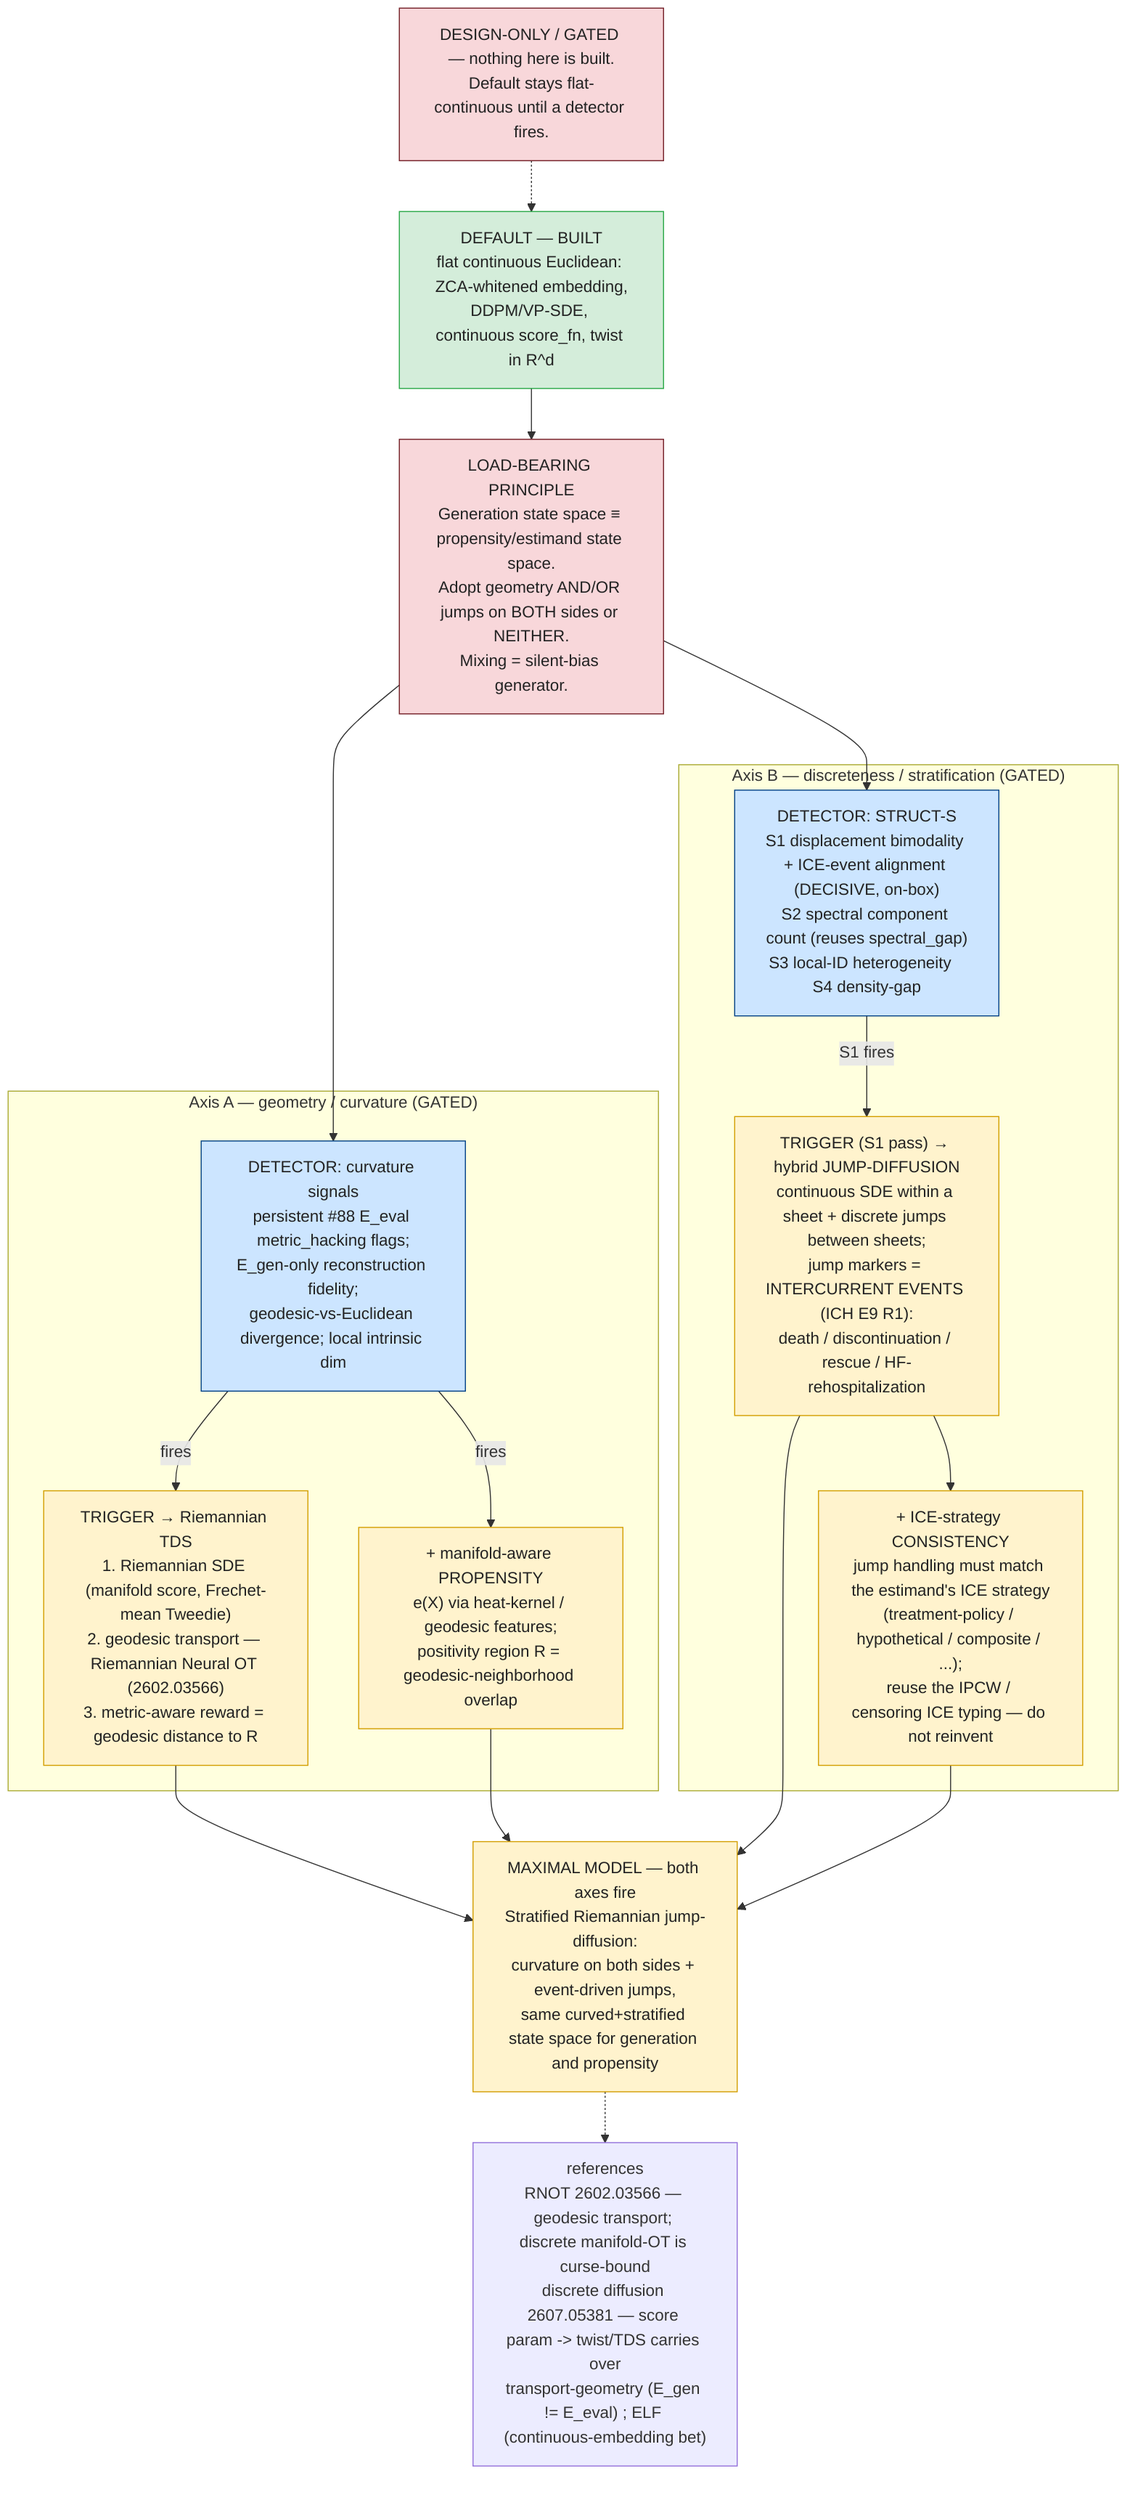
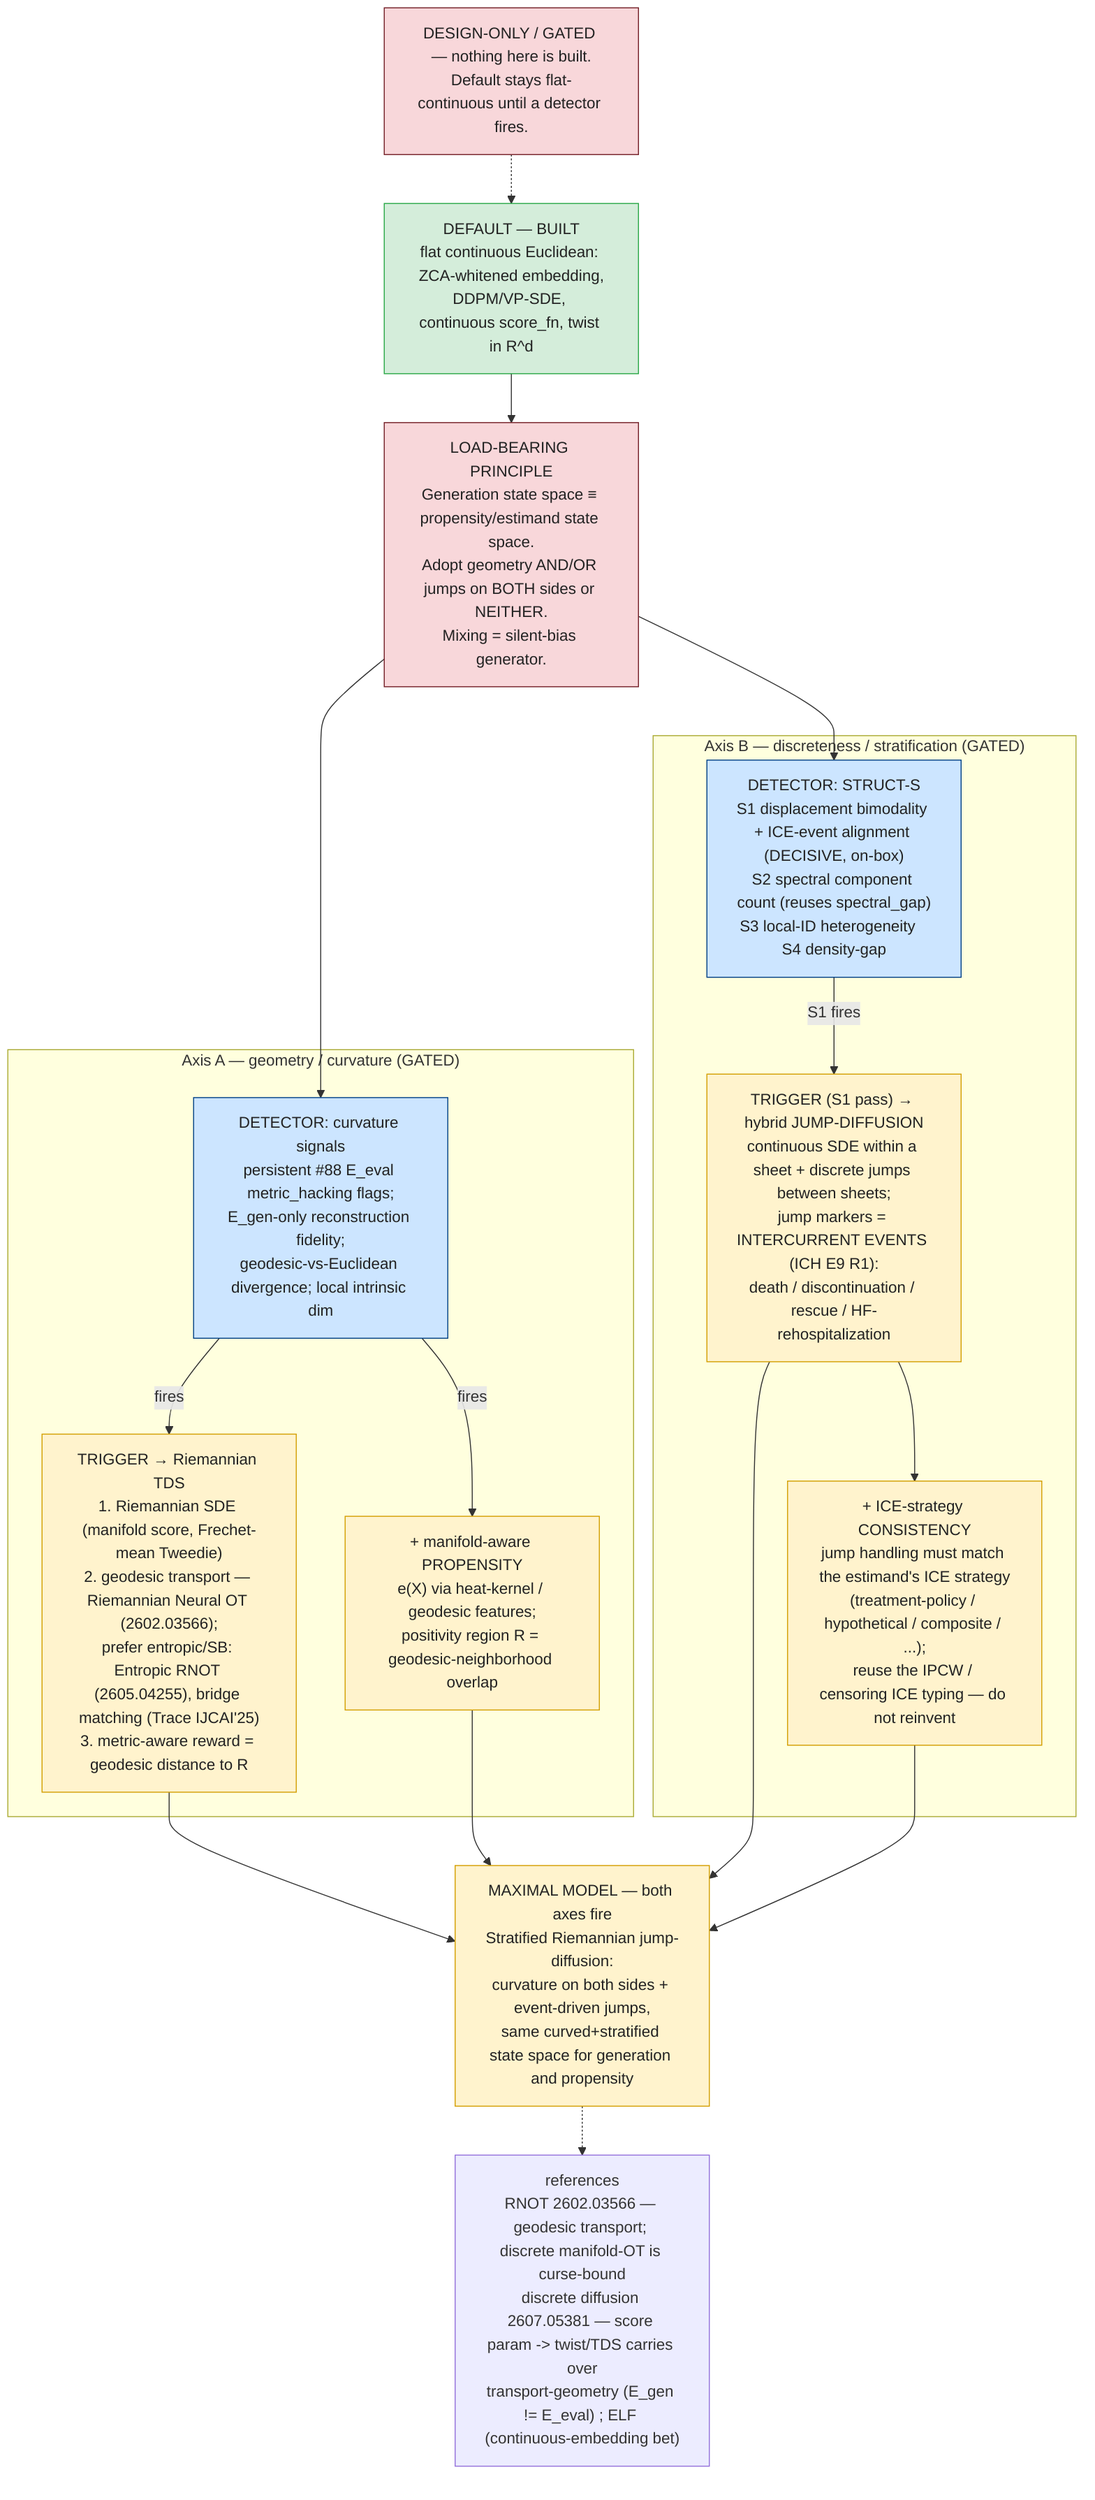
%% Gated design axes for diffuse_directly — geometry (curvature) and discreteness
%% (stratification). Companion to docs/superpowers/specs/2026-07-10-manifold-aware-
%% propensity-design.md. DESIGN-ONLY: nothing here is built; each component is
%% adopted only when ITS detector fires, on the SAME state space for generation and
%% propensity. Green = built default; yellow = gated design; blue = detector.
flowchart TD
    classDef built fill:#d4edda,stroke:#28a745,color:#222
    classDef gated fill:#fff3cd,stroke:#d39e00,color:#222
    classDef detector fill:#cce5ff,stroke:#004085,color:#222
    classDef principle fill:#f8d7da,stroke:#721c24,color:#222

    DEFAULT["DEFAULT — BUILT\nflat continuous Euclidean: ZCA-whitened embedding,\nDDPM/VP-SDE, continuous score_fn, twist in R^d"]:::built

    PRIN["LOAD-BEARING PRINCIPLE\nGeneration state space ≡ propensity/estimand state space.\nAdopt geometry AND/OR jumps on BOTH sides or NEITHER.\nMixing = silent-bias generator."]:::principle

    DEFAULT --> PRIN

    subgraph AXA["Axis A — geometry / curvature (GATED)"]
      DA["DETECTOR: curvature signals\npersistent #88 E_eval metric_hacking flags;\nE_gen-only reconstruction fidelity;\ngeodesic-vs-Euclidean divergence; local intrinsic dim"]:::detector
-       RA["TRIGGER → Riemannian TDS\n1. Riemannian SDE (manifold score, Frechet-mean Tweedie)\n2. geodesic transport — Riemannian Neural OT (2602.03566)\n3. metric-aware reward = geodesic distance to R"]:::gated
+       RA["TRIGGER → Riemannian TDS\n1. Riemannian SDE (manifold score, Frechet-mean Tweedie)\n2. geodesic transport — Riemannian Neural OT (2602.03566);\nprefer entropic/SB: Entropic RNOT (2605.04255), bridge matching (Trace IJCAI'25)\n3. metric-aware reward = geodesic distance to R"]:::gated
      PA["+ manifold-aware PROPENSITY\ne(X) via heat-kernel / geodesic features;\npositivity region R = geodesic-neighborhood overlap"]:::gated
      DA -->|fires| RA
      DA -->|fires| PA
    end

    subgraph AXB["Axis B — discreteness / stratification (GATED)"]
      DB["DETECTOR: STRUCT-S\nS1 displacement bimodality + ICE-event alignment (DECISIVE, on-box)\nS2 spectral component count (reuses spectral_gap)\nS3 local-ID heterogeneity   S4 density-gap"]:::detector
      RB["TRIGGER (S1 pass) → hybrid JUMP-DIFFUSION\ncontinuous SDE within a sheet + discrete jumps between sheets;\njump markers = INTERCURRENT EVENTS (ICH E9 R1):\ndeath / discontinuation / rescue / HF-rehospitalization"]:::gated
      PB["+ ICE-strategy CONSISTENCY\njump handling must match the estimand's ICE strategy\n(treatment-policy / hypothetical / composite / ...);\nreuse the IPCW / censoring ICE typing — do not reinvent"]:::gated
      DB -->|S1 fires| RB
      RB --> PB
    end

    PRIN --> DA
    PRIN --> DB

    RA --> MAX
    PA --> MAX
    RB --> MAX
    PB --> MAX
    MAX["MAXIMAL MODEL — both axes fire\nStratified Riemannian jump-diffusion:\ncurvature on both sides + event-driven jumps,\nsame curved+stratified state space for generation and propensity"]:::gated

    REFS["references\nRNOT 2602.03566 — geodesic transport; discrete manifold-OT is curse-bound\ndiscrete diffusion 2607.05381 — score param -> twist/TDS carries over\ntransport-geometry (E_gen != E_eval) ; ELF (continuous-embedding bet)"]
    MAX -.-> REFS

    NOTE["DESIGN-ONLY / GATED — nothing here is built.\nDefault stays flat-continuous until a detector fires."]:::principle
    NOTE -.-> DEFAULT
